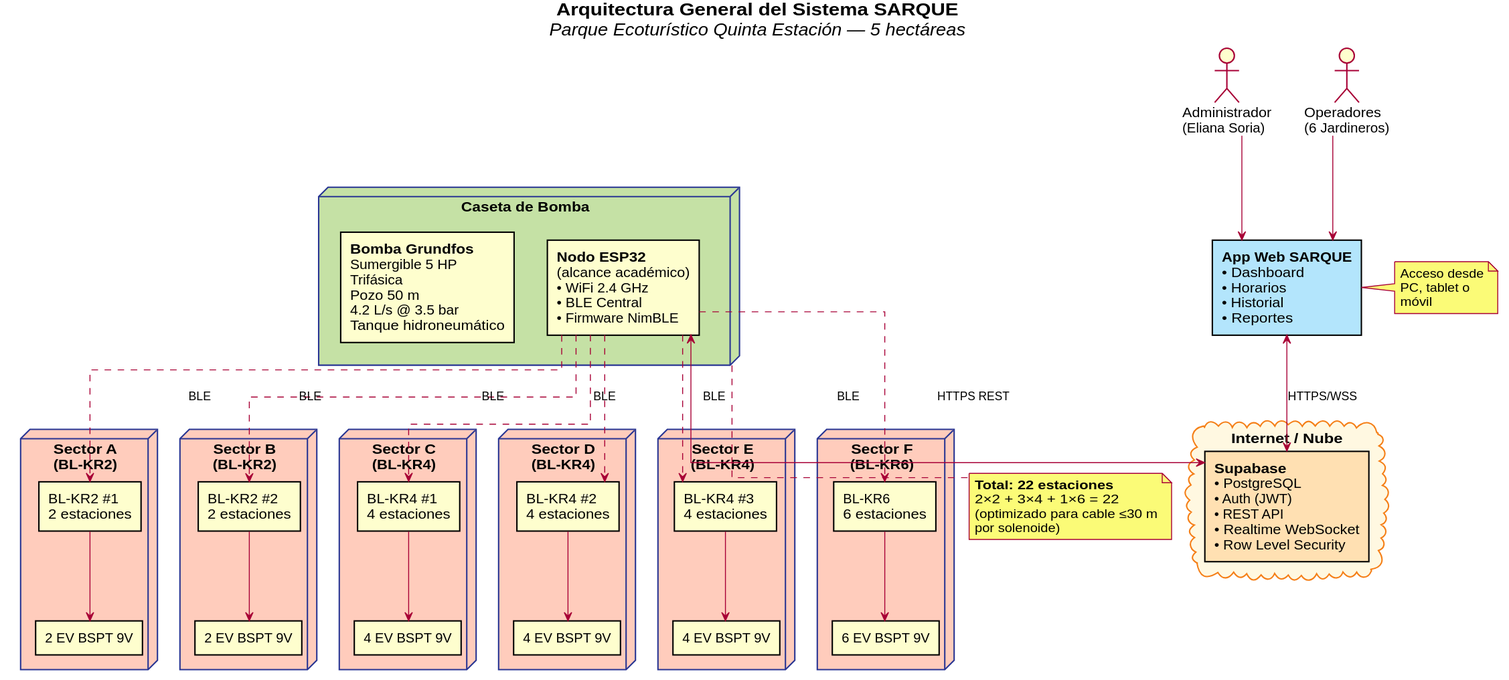
This is diagramas/Arquitectura_SARQUE.svg from Jose12300552/quinta-verde-flow, a PlantUML export, as it was before one commit.
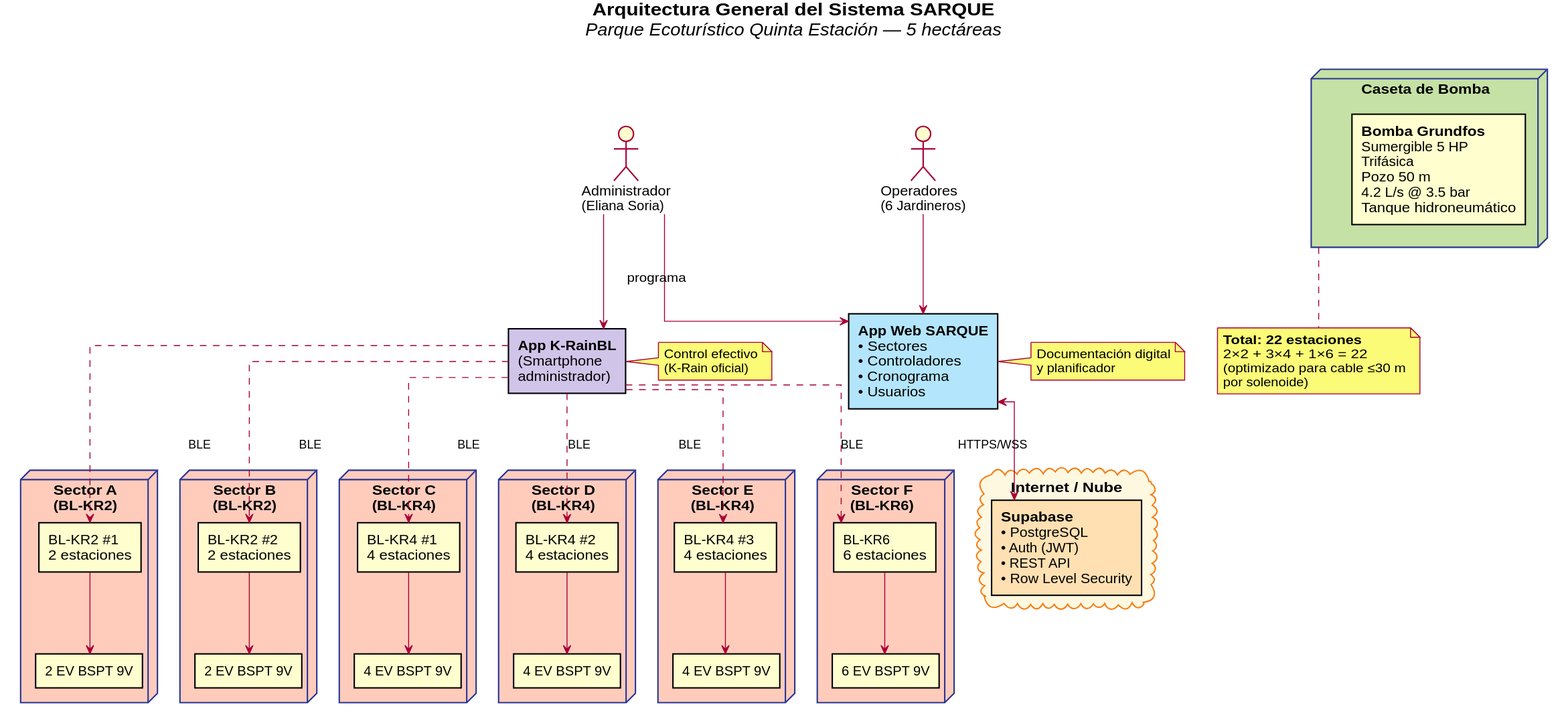
The same file after the commit.

The edit, as a diff of the source:
```diff
@@ -14,11 +14,10 @@
 title <b>Arquitectura General del Sistema SARQUE</b>\n<i>Parque Ecoturístico Quinta Estación — 5 hectáreas</i>
 
 cloud "Internet / Nube" as Internet {
-  rectangle "**Supabase**\n• PostgreSQL\n• Auth (JWT)\n• REST API\n• Realtime WebSocket\n• Row Level Security" as SB #FFE0B2
+  rectangle "**Supabase**\n• PostgreSQL\n• Auth (JWT)\n• REST API\n• Row Level Security" as SB #FFE0B2
 }
 
 node "Caseta de Bomba" as Caseta #C5E1A5 {
-  rectangle "**Nodo ESP32**\n(alcance académico)\n• WiFi 2.4 GHz\n• BLE Central\n• Firmware NimBLE" as ESP
   rectangle "**Bomba Grundfos**\nSumergible 5 HP\nTrifásica\nPozo 50 m\n4.2 L/s @ 3.5 bar\nTanque hidroneumático" as Bomba
 }
 
@@ -61,21 +60,24 @@
 actor "Administrador\n(Eliana Soria)" as Admin
 actor "Operadores\n(6 Jardineros)" as Op
 
-rectangle "**App Web SARQUE**\n• Dashboard\n• Horarios\n• Historial\n• Reportes" as Web #B3E5FC
+rectangle "**App Web SARQUE**\n• Sectores\n• Controladores\n• Cronograma\n• Usuarios" as Web #B3E5FC
+
+rectangle "**App K-RainBL**\n(Smartphone\nadministrador)" as KApp #D1C4E9
 
 Admin --> Web
 Op --> Web
 Web <--> SB : HTTPS/WSS
 
-ESP <--> SB : HTTPS REST
-ESP ..> BK1 : BLE
-ESP ..> BK2 : BLE
-ESP ..> BK3 : BLE
-ESP ..> BK4 : BLE
-ESP ..> BK5 : BLE
-ESP ..> BK6 : BLE
+Admin --> KApp : programa
+KApp ..> BK1 : BLE
+KApp ..> BK2 : BLE
+KApp ..> BK3 : BLE
+KApp ..> BK4 : BLE
+KApp ..> BK5 : BLE
+KApp ..> BK6 : BLE
 
 note bottom of Caseta : **Total: 22 estaciones**\n2×2 + 3×4 + 1×6 = 22\n(optimizado para cable ≤30 m\npor solenoide)
-note right of Web : Acceso desde\nPC, tablet o\nmóvil
+note right of Web : Documentación digital\ny planificador
+note right of KApp : Control efectivo\n(K-Rain oficial)
 
 @enduml
```
